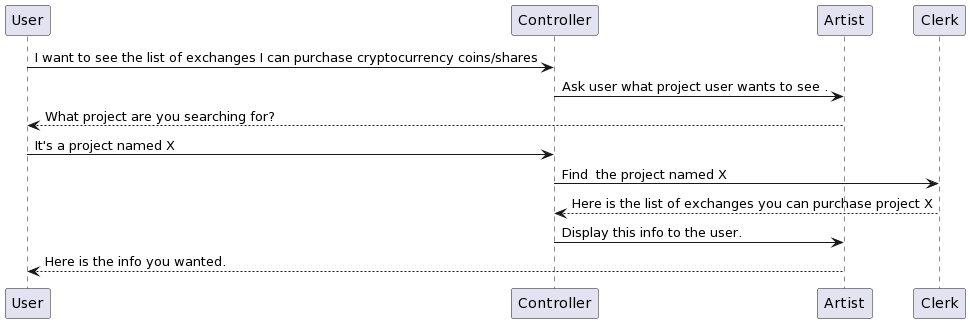
Before: 03_Elaboration/images/Exchanges.png, a diagram exported from PlantUML (garthmortensen/BetterCryptoBureau).
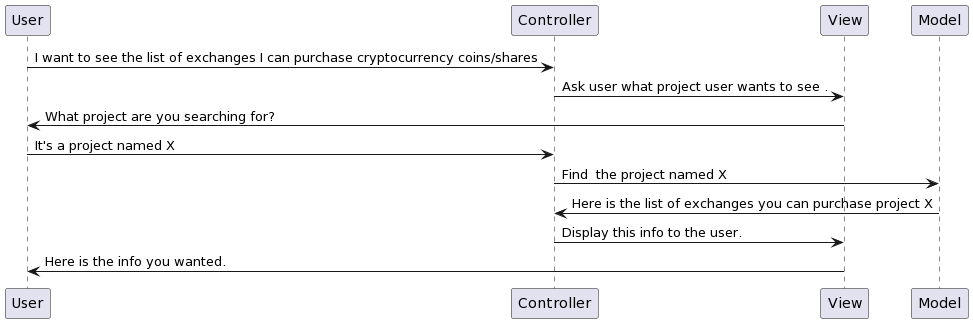
Above is the later version.

The edit, as a diff of the source:
```diff
@@ -1,10 +1,10 @@
 @startuml
 User -> Controller: I want to see the list of exchanges I can purchase cryptocurrency coins/shares
-Controller -> Artist: Ask user what project user wants to see .
-Artist --> User: What project are you searching for?
+Controller -> View: Ask user what project user wants to see .
+View -> User: What project are you searching for?
 User -> Controller: It's a project named X
-Controller -> Clerk: Find  the project named X
-Clerk --> Controller: Here is the list of exchanges you can purchase project X
-Controller -> Artist: Display this info to the user.
-Artist --> User: Here is the info you wanted.
+Controller -> Model: Find  the project named X
+Model -> Controller: Here is the list of exchanges you can purchase project X
+Controller -> View: Display this info to the user.
+View -> User: Here is the info you wanted.
 @enduml
```
